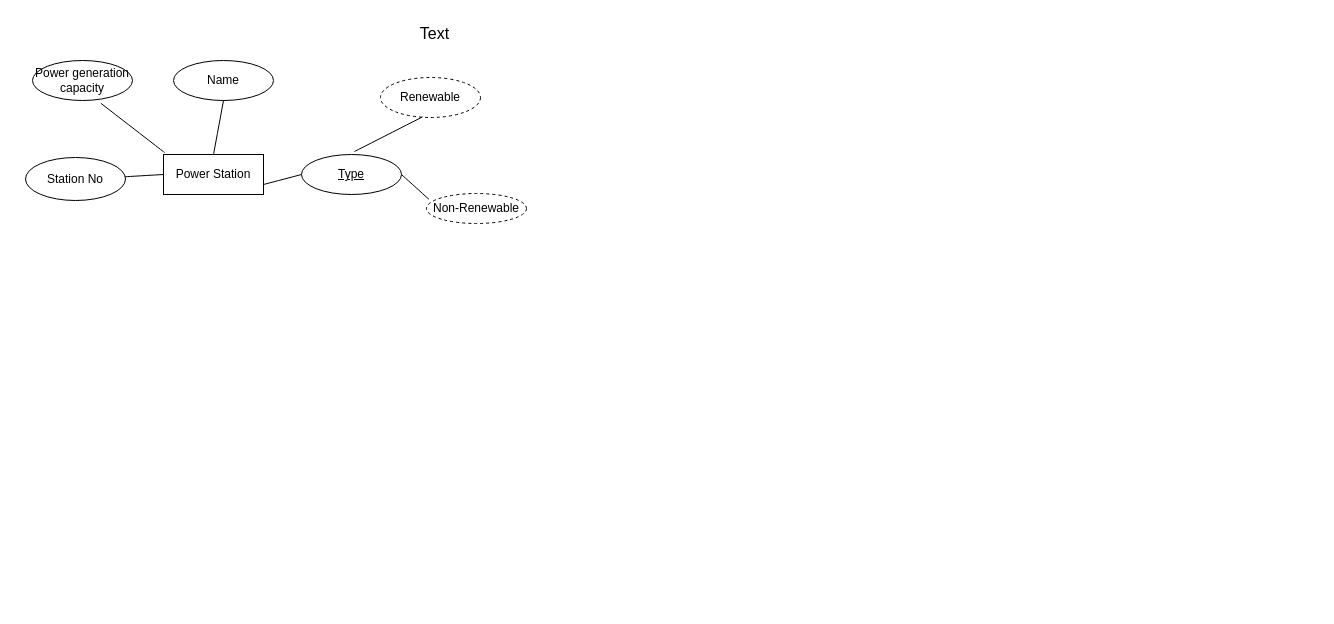
This is Untitled Diagram.drawio from amitsingh115/PowerGrid-Pioneers, a draw.io file, before an edit. Source tidied: cells renumbered, new cells numbered last; positions are measured from the earlier drawing's top-left corner, leaving out a move shared by most shapes. Both pictures are drawn from the tidied source at 100%, with x=0, y=0 at pixel (25, 17).
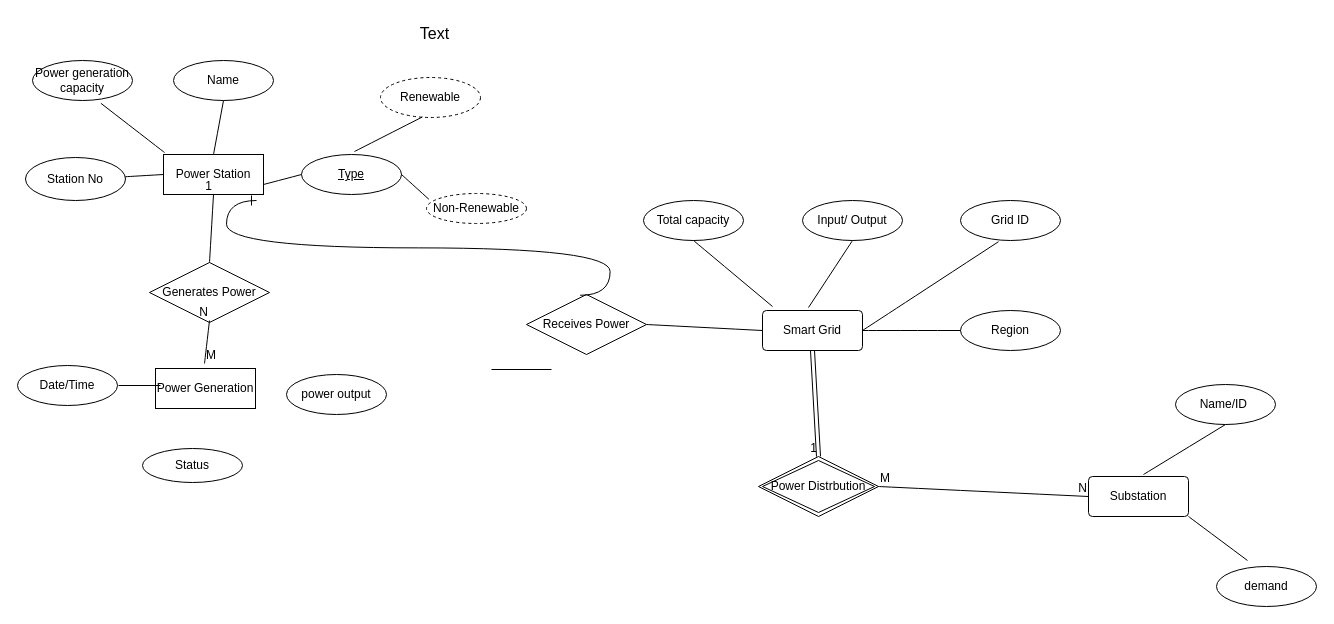
The same page after the edit.

The change refers to these unchanged cells:
```xml
<mxCell id="2" value="Power Station" style="whiteSpace=wrap;html=1;align=center;" parent="1" vertex="1">
  <mxGeometry x="138" y="137" width="100" height="40" as="geometry" />
</mxCell>
```

What changed in the source:
```diff
@@
+    <mxCell id="16" value="Generates Power" style="shape=rhombus;perimeter=rhombusPerimeter;whiteSpace=wrap;html=1;align=center;" parent="1" vertex="1">
+      <mxGeometry x="124" y="245" width="120" height="60" as="geometry" />
+    </mxCell>
+    <mxCell id="17" style="line;strokeWidth=1;dashed=0;labelPosition=right;align=left;verticalAlign=middle;spacingTop=0;spacingLeft=6;" parent="1" vertex="1">
+      <mxGeometry x="466" y="342" width="60" height="20" as="geometry" />
+    </mxCell>
+    <mxCell id="18" style="endArrow=none;html=1;rounded=0;fontSize=12;startSize=8;endSize=8;curved=1;exitX=0.5;exitY=0;exitDx=0;exitDy=0;entryX=0.5;entryY=1;entryDx=0;entryDy=0;" parent="1" edge="1" source="16" target="2">
+      <mxGeometry relative="1" as="geometry" />
+    </mxCell>
+    <mxCell id="19" value="1" style="html=1;whiteSpace=wrap;align=right;verticalAlign=bottom;" parent="18" vertex="1">
+      <mxGeometry x="1" relative="1" as="geometry" />
+    </mxCell>
+    <mxCell id="20" value="Power Generation" style="whiteSpace=wrap;html=1;align=center;" parent="1" vertex="1">
+      <mxGeometry x="130" y="351" width="100" height="40" as="geometry" />
+    </mxCell>
+    <mxCell id="21" style="endArrow=none;html=1;rounded=0;fontSize=12;startSize=8;endSize=8;curved=1;" parent="1" edge="1">
+      <mxGeometry relative="1" as="geometry">
+        <mxPoint x="179" y="346" as="sourcePoint" />
+        <mxPoint x="184" y="303" as="targetPoint" />
+      </mxGeometry>
+    </mxCell>
+    <mxCell id="22" value="M" style="html=1;whiteSpace=wrap;align=left;verticalAlign=bottom;" parent="21" vertex="1">
+      <mxGeometry x="-1" relative="1" as="geometry" />
+    </mxCell>
+    <mxCell id="23" value="N" style="html=1;whiteSpace=wrap;align=right;verticalAlign=bottom;" parent="21" vertex="1">
+      <mxGeometry x="1" relative="1" as="geometry" />
+    </mxCell>
+    <mxCell id="24" value="Status" style="ellipse;whiteSpace=wrap;html=1;align=center;" parent="1" vertex="1">
+      <mxGeometry x="117" y="431" width="100" height="34" as="geometry" />
+    </mxCell>
+    <mxCell id="25" value="Date/Time" style="ellipse;whiteSpace=wrap;html=1;align=center;" parent="1" vertex="1">
+      <mxGeometry x="-8" y="348" width="100" height="40" as="geometry" />
+    </mxCell>
+    <mxCell id="26" value="Name/ID&amp;nbsp;" style="ellipse;whiteSpace=wrap;html=1;align=center;" parent="1" vertex="1">
+      <mxGeometry x="1150" y="367" width="100" height="40" as="geometry" />
+    </mxCell>
+    <mxCell id="27" value="power output" style="ellipse;whiteSpace=wrap;html=1;align=center;" parent="1" vertex="1">
+      <mxGeometry x="261" y="357" width="100" height="40" as="geometry" />
+    </mxCell>
+    <mxCell id="28" value="Receives Power" style="shape=rhombus;perimeter=rhombusPerimeter;whiteSpace=wrap;html=1;align=center;" parent="1" vertex="1">
+      <mxGeometry x="501" y="277" width="120" height="60" as="geometry" />
+    </mxCell>
+    <mxCell id="29" style="edgeStyle=entityRelationEdgeStyle;fontSize=12;html=1;endArrow=ERone;endFill=1;rounded=0;startSize=8;endSize=8;curved=1;exitX=0.447;exitY=0.013;exitDx=0;exitDy=0;exitPerimeter=0;" parent="1" edge="1" source="28">
+      <mxGeometry relative="1" as="geometry">
+        <mxPoint x="231" y="183" as="targetPoint" />
+        <Array as="points">
+          <mxPoint x="526" y="269" />
+          <mxPoint x="339" y="248" />
+          <mxPoint x="339" y="267" />
+          <mxPoint x="353" y="254" />
+          <mxPoint x="352" y="255" />
+          <mxPoint x="515" y="264" />
+        </Array>
+      </mxGeometry>
+    </mxCell>
+    <mxCell id="30" value="Substation" style="rounded=1;arcSize=10;whiteSpace=wrap;html=1;align=center;" parent="1" vertex="1">
+      <mxGeometry x="1063" y="459" width="100" height="40" as="geometry" />
+    </mxCell>
+    <mxCell id="31" value="Smart Grid" style="rounded=1;arcSize=10;whiteSpace=wrap;html=1;align=center;" parent="1" vertex="1">
+      <mxGeometry x="737" y="293" width="100" height="40" as="geometry" />
+    </mxCell>
+    <mxCell id="32" style="endArrow=none;html=1;rounded=0;fontSize=12;startSize=8;endSize=8;curved=1;exitX=1;exitY=0.5;exitDx=0;exitDy=0;entryX=0;entryY=0.5;entryDx=0;entryDy=0;" parent="1" edge="1" source="28" target="31">
+      <mxGeometry relative="1" as="geometry" />
+    </mxCell>
+    <mxCell id="33" style="line;strokeWidth=1;dashed=0;labelPosition=right;align=left;verticalAlign=middle;spacingTop=0;spacingLeft=6;" parent="1" vertex="1">
+      <mxGeometry x="93" y="363" width="42" height="10" as="geometry" />
+    </mxCell>
+    <mxCell id="34" value="Grid ID" style="ellipse;whiteSpace=wrap;html=1;align=center;" parent="1" vertex="1">
+      <mxGeometry x="935" y="183" width="100" height="40" as="geometry" />
+    </mxCell>
+    <mxCell id="35" value="demand" style="ellipse;whiteSpace=wrap;html=1;align=center;" parent="1" vertex="1">
+      <mxGeometry x="1191" y="549" width="100" height="40" as="geometry" />
+    </mxCell>
+    <mxCell id="36" value="Power Distrbution" style="shape=rhombus;double=1;perimeter=rhombusPerimeter;whiteSpace=wrap;html=1;align=center;" parent="1" vertex="1">
+      <mxGeometry x="733" y="439" width="120" height="60" as="geometry" />
+    </mxCell>
+    <mxCell id="37" value="Total capacity" style="ellipse;whiteSpace=wrap;html=1;align=center;" parent="1" vertex="1">
+      <mxGeometry x="618" y="183" width="100" height="40" as="geometry" />
+    </mxCell>
+    <mxCell id="38" value="Region" style="ellipse;whiteSpace=wrap;html=1;align=center;" parent="1" vertex="1">
+      <mxGeometry x="935" y="293" width="100" height="40" as="geometry" />
+    </mxCell>
+    <mxCell id="39" value="Input/ Output" style="ellipse;whiteSpace=wrap;html=1;align=center;" parent="1" vertex="1">
+      <mxGeometry x="777" y="183" width="100" height="40" as="geometry" />
+    </mxCell>
+    <mxCell id="40" style="endArrow=none;html=1;rounded=0;fontSize=12;startSize=8;endSize=8;curved=1;exitX=0.5;exitY=1;exitDx=0;exitDy=0;" parent="1" edge="1" source="37">
+      <mxGeometry relative="1" as="geometry">
+        <mxPoint x="747" y="289" as="targetPoint" />
+      </mxGeometry>
+    </mxCell>
+    <mxCell id="41" style="endArrow=none;html=1;rounded=0;fontSize=12;startSize=8;endSize=8;curved=1;exitX=0.5;exitY=1;exitDx=0;exitDy=0;" parent="1" edge="1" source="39">
+      <mxGeometry relative="1" as="geometry">
+        <mxPoint x="783" y="290" as="targetPoint" />
+      </mxGeometry>
+    </mxCell>
+    <mxCell id="42" style="edgeStyle=none;curved=1;rounded=0;orthogonalLoop=1;jettySize=auto;html=1;entryX=0.5;entryY=0;entryDx=0;entryDy=0;fontSize=12;startSize=8;endSize=8;" parent="1" edge="1" source="31" target="31">
+      <mxGeometry relative="1" as="geometry" />
+    </mxCell>
+    <mxCell id="43" style="endArrow=none;html=1;rounded=0;fontSize=12;startSize=8;endSize=8;curved=1;entryX=0.38;entryY=1.03;entryDx=0;entryDy=0;entryPerimeter=0;exitX=1;exitY=0.5;exitDx=0;exitDy=0;" parent="1" edge="1" source="31" target="34">
+      <mxGeometry relative="1" as="geometry" />
+    </mxCell>
+    <mxCell id="44" style="endArrow=none;html=1;rounded=0;fontSize=12;startSize=8;endSize=8;curved=1;entryX=0;entryY=0.5;entryDx=0;entryDy=0;exitX=1;exitY=0.5;exitDx=0;exitDy=0;" parent="1" edge="1" source="31" target="38">
+      <mxGeometry relative="1" as="geometry" />
+    </mxCell>
+    <mxCell id="45" style="shape=link;html=1;rounded=0;fontSize=12;startSize=8;endSize=8;curved=1;exitX=0.5;exitY=1;exitDx=0;exitDy=0;entryX=0.5;entryY=0;entryDx=0;entryDy=0;" parent="1" edge="1" source="31" target="36">
+      <mxGeometry relative="1" as="geometry" />
+    </mxCell>
+    <mxCell id="46" value="1" style="html=1;whiteSpace=wrap;align=right;verticalAlign=bottom;" parent="45" vertex="1">
+      <mxGeometry x="1" relative="1" as="geometry" />
+    </mxCell>
+    <mxCell id="47" style="endArrow=none;html=1;rounded=0;fontSize=12;startSize=8;endSize=8;curved=1;exitX=1;exitY=0.5;exitDx=0;exitDy=0;entryX=0;entryY=0.5;entryDx=0;entryDy=0;" parent="1" edge="1" source="36" target="30">
+      <mxGeometry relative="1" as="geometry" />
+    </mxCell>
+    <mxCell id="48" value="M" style="html=1;whiteSpace=wrap;align=left;verticalAlign=bottom;" parent="47" vertex="1">
+      <mxGeometry x="-1" relative="1" as="geometry" />
+    </mxCell>
+    <mxCell id="49" value="N" style="html=1;whiteSpace=wrap;align=right;verticalAlign=bottom;" parent="47" vertex="1">
+      <mxGeometry x="1" relative="1" as="geometry" />
+    </mxCell>
+    <mxCell id="50" style="endArrow=none;html=1;rounded=0;fontSize=12;startSize=8;endSize=8;curved=1;entryX=0.5;entryY=1;entryDx=0;entryDy=0;" parent="1" edge="1" target="26">
+      <mxGeometry relative="1" as="geometry">
+        <mxPoint x="1118" y="457" as="sourcePoint" />
+      </mxGeometry>
+    </mxCell>
+    <mxCell id="51" style="endArrow=none;html=1;rounded=0;fontSize=12;startSize=8;endSize=8;curved=1;exitX=1;exitY=1;exitDx=0;exitDy=0;" parent="1" edge="1" source="30">
+      <mxGeometry relative="1" as="geometry">
+        <mxPoint x="1222" y="543" as="targetPoint" />
+      </mxGeometry>
+    </mxCell>
```
